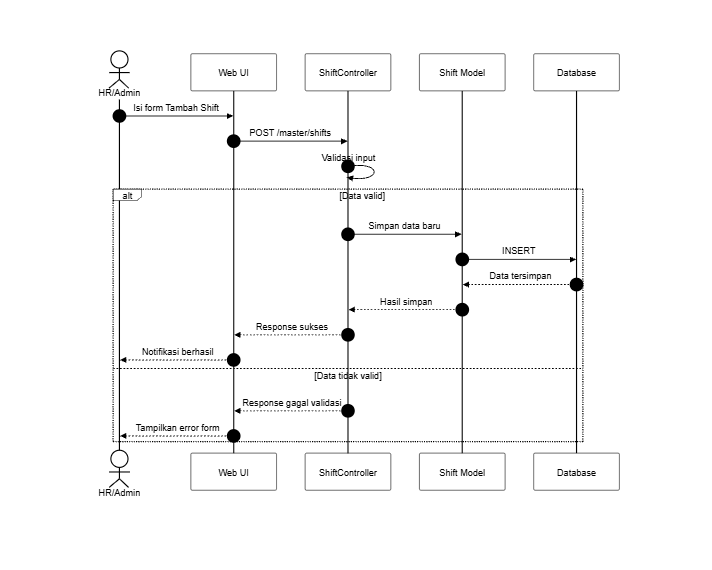
Earlier version of the Mermaid export docs/SequenceDiagram/PNG_Transparent/DataMasterShift-TambahShift.png (SulaimanHafi23/SimpegRSHDI). Its source is kept beside it as docs/SequenceDiagram/DataMasterShift-TambahShift.mermaid.
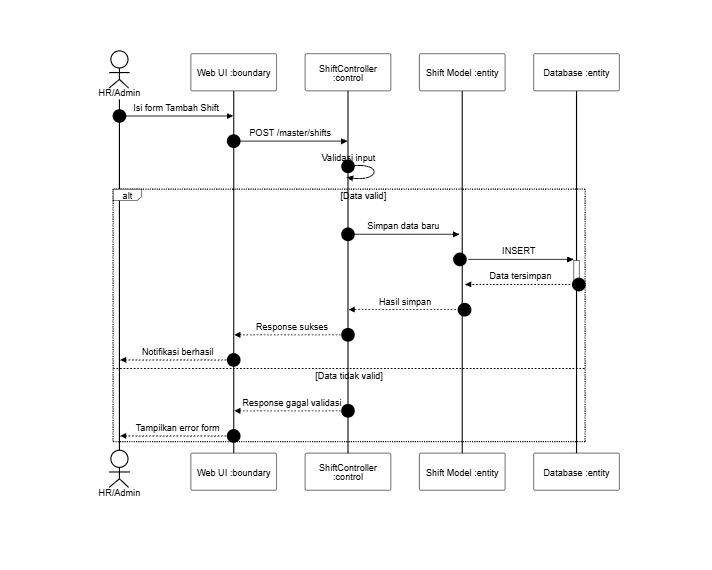
The same diagram one commit later.

Change to the diagram source:
```diff
@@ -2,18 +2,18 @@
 sequenceDiagram
     autonumber
     actor A as HR/Admin
-    participant UI as Web UI
-    participant C as ShiftController
-    participant M as Shift Model
-    participant DB as Database
+    participant UI as Web UI :boundary
+    participant C as ShiftController :control
+    participant M as Shift Model :entity
+    participant DB as Database :entity
 
     A->>UI: Isi form Tambah Shift
     UI->>C: POST /master/shifts
     C->>C: Validasi input
     alt Data valid
-        C->>M: Simpan data baru
-        M->>DB: INSERT
-        DB-->>M: Data tersimpan
+        C->>+M: Simpan data baru
+        M->>+DB: INSERT
+        DB-->>-M: Data tersimpan
         M-->>C: Hasil simpan
         C-->>UI: Response sukses
         UI-->>A: Notifikasi berhasil
```
